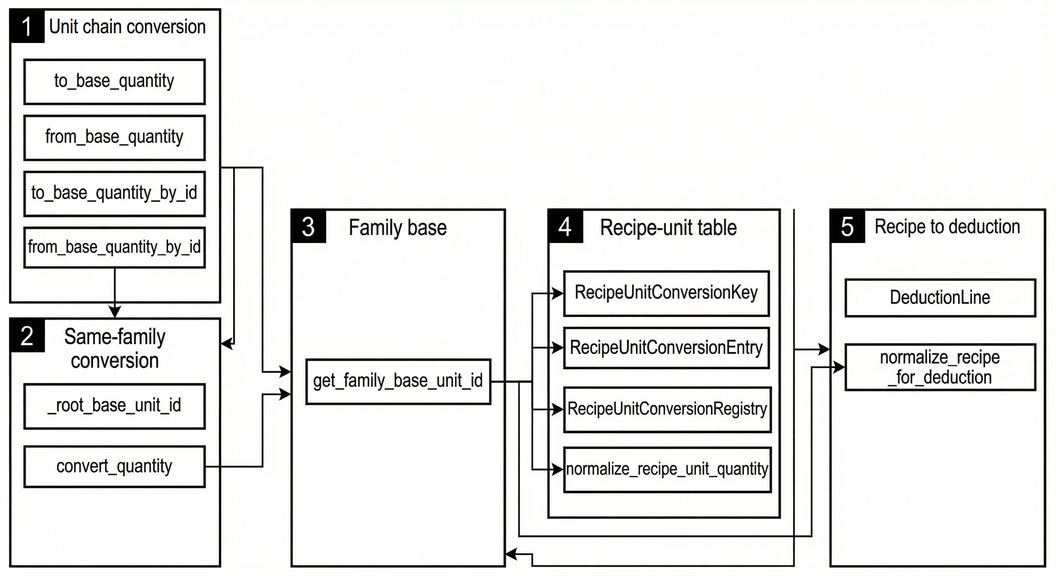
This is docs/Architecture/images/normalization-01-layers.png from Alanbahena/zenet-mvp-jupyter, a Mermaid export, as it was before one commit. Its source is kept beside it as docs/Architecture/images/normalization-01-layers.mmd. Its diagram source:
```mermaid
flowchart TB
    subgraph layer1["Unit chain conversion (2.3.1–2.3.3)"]
        to_base[to_base_quantity]
        from_base[from_base_quantity]
        to_base_id[to_base_quantity_by_id]
        from_base_id[from_base_quantity_by_id]
        to_base --> from_base
        to_base_id --> to_base
        from_base_id --> from_base
    end

    subgraph layer2["Same-family conversion (2.3.5)"]
        root[_root_base_unit_id]
        convert[convert_quantity]
        root --> convert
        to_base_id --> convert
        from_base_id --> convert
    end

    subgraph layer3["Family base (2.3.6)"]
        family_base[get_family_base_unit_id]
    end

    subgraph layer4["Recipe-unit table (2.3.7)"]
        key[RecipeUnitConversionKey]
        entry[RecipeUnitConversionEntry]
        conv_reg[RecipeUnitConversionRegistry]
        norm_ru[normalize_recipe_unit_quantity]
        key --> conv_reg
        entry --> conv_reg
        conv_reg --> norm_ru
    end

    subgraph layer5["Recipe to deduction (2.3.8)"]
        DeductionLine["DeductionLine (item_id, qty, base_unit_id)"]
        norm_recipe[normalize_recipe_for_deduction]
        norm_ru --> norm_recipe
        family_base --> norm_recipe
        to_base_id --> norm_recipe
        from_base_id --> norm_recipe
        root --> norm_recipe
        norm_recipe --> DeductionLine
    end

    layer1 --> layer2
    layer2 --> layer5
    layer3 --> layer5
    layer4 --> layer5
```
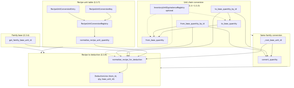
The same diagram one commit later.

Diff of the diagram source:
```diff
@@ -7,6 +7,9 @@
         to_base --> from_base
         to_base_id --> to_base
         from_base_id --> from_base
+        eq_reg[InventoryUnitEquivalenceRegistry optional]
+        eq_reg -.-> to_base
+        eq_reg -.-> from_base
     end
 
     subgraph layer2["Same-family conversion (2.3.5)"]
@@ -39,6 +42,7 @@
         to_base_id --> norm_recipe
         from_base_id --> norm_recipe
         root --> norm_recipe
+        eq_reg -.-> norm_recipe
         norm_recipe --> DeductionLine
     end
 
```
